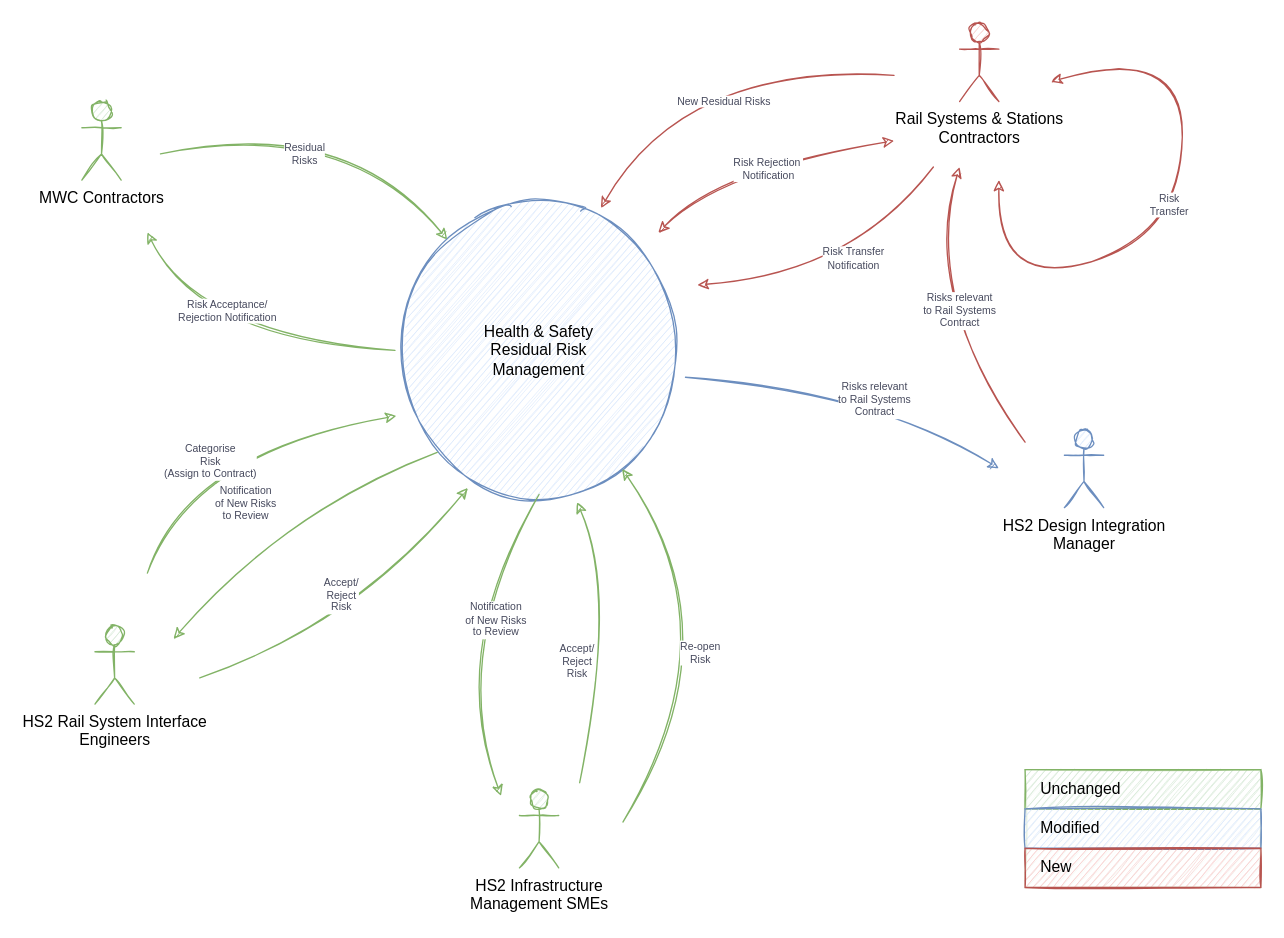
martinlt/reference keeps this draw.io diagram as page "Context Diagram - phase #2" (2 of 10) of P639 Diagrams.drawio. Above is the earlier version. Source tidied: cells renumbered, new cells numbered last; positions are measured from the earlier drawing's top-left corner, leaving out a move shared by most shapes. Both pictures are drawn from the tidied source at 131%, with x=0, y=0 at pixel (81, 22).
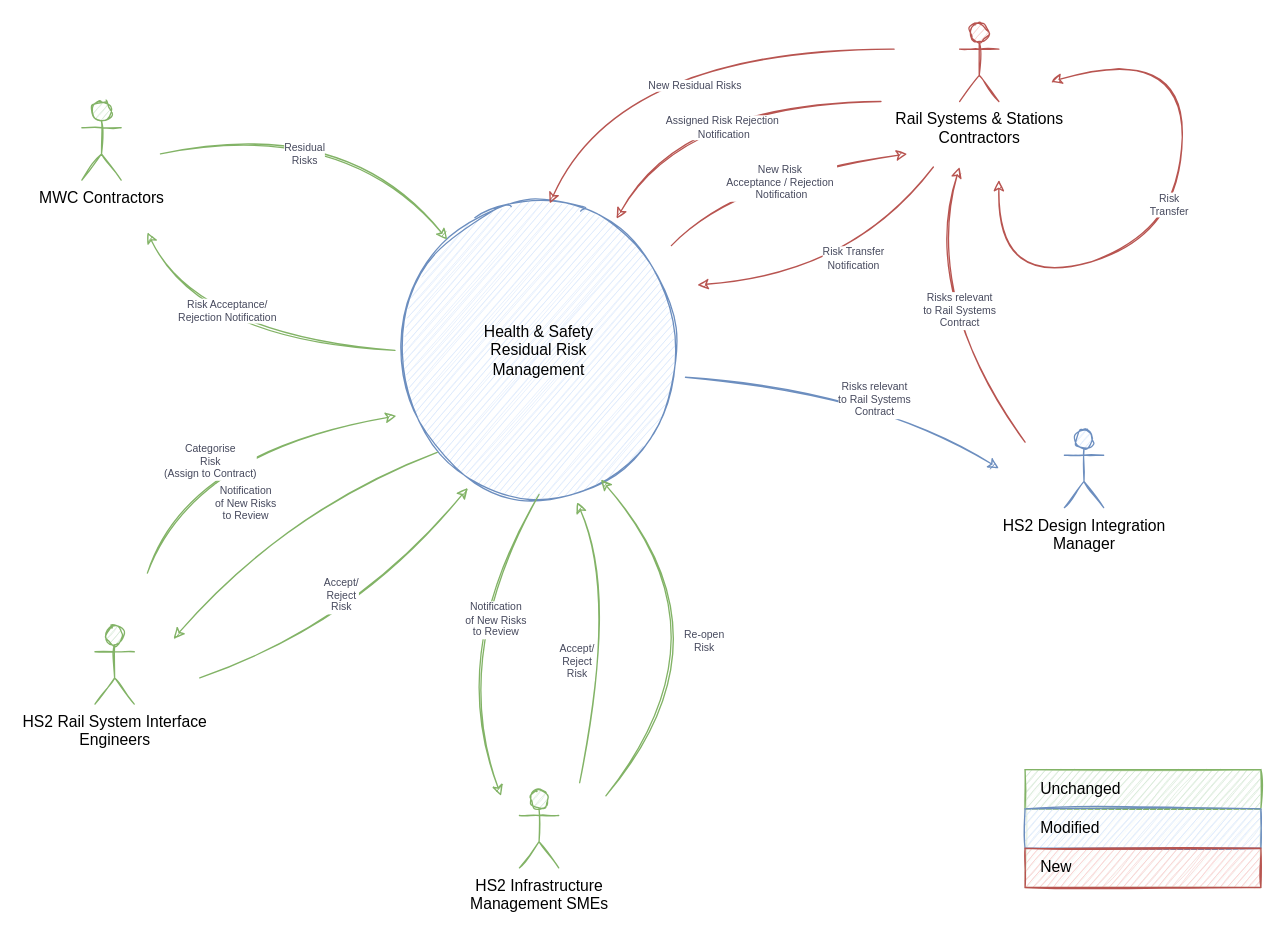
The same diagram, later.

Unchanged cells that the change refers to:
```xml
<mxCell id="2" value="Health &amp;amp; Safety&lt;br&gt;Residual Risk &lt;br&gt;Management&lt;br&gt;" style="ellipse;whiteSpace=wrap;html=1;sketch=1;fillColor=#dae8fc;strokeColor=#6c8ebf;" parent="1" vertex="1">
  <mxGeometry x="239" y="140" width="220" height="220" as="geometry" />
</mxCell>
```

What changed in the source:
```diff
@@
-    <mxCell id="11" value="Re-open&lt;br style=&quot;font-size: 8px;&quot;&gt;Risk" style="curved=1;endArrow=classic;html=1;rounded=0;entryX=0.789;entryY=0.911;entryDx=0;entryDy=0;startArrow=none;startFill=0;endFill=1;entryPerimeter=0;sketch=1;strokeColor=#82b366;fontColor=#46495D;fontSize=8;fillColor=#d5e8d4;" parent="1" edge="1" target="2">
+    <mxCell id="11" value="Re-open&lt;br style=&quot;font-size: 8px;&quot;&gt;Risk" style="curved=1;endArrow=classic;html=1;rounded=0;entryX=0.715;entryY=0.948;entryDx=0;entryDy=0;startArrow=none;startFill=0;endFill=1;entryPerimeter=0;sketch=1;strokeColor=#82b366;fontColor=#46495D;fontSize=8;fillColor=#d5e8d4;targetPerimeterSpacing=0;sourcePerimeterSpacing=0;endSize=6;" parent="1" edge="1" target="2">
       <mxGeometry x="-0.12" y="18" relative="1" as="geometry">
-        <mxPoint x="413" y="610" as="sourcePoint" />
+        <mxPoint x="400" y="590" as="sourcePoint" />
         <Array as="points">
           <mxPoint x="500" y="470" />
         </Array>
       </mxGeometry>
     </mxCell>
@@
-    <mxCell id="21" value="New Residual Risks" style="curved=1;endArrow=classic;html=1;rounded=0;sketch=1;strokeColor=#b85450;fontColor=#46495D;fontSize=8;entryX=0.715;entryY=0.006;entryDx=0;entryDy=0;entryPerimeter=0;fillColor=#f8cecc;" parent="1" edge="1" target="2">
+    <mxCell id="21" value="New Residual Risks" style="curved=1;endArrow=classic;html=1;rounded=0;sketch=1;strokeColor=#b85450;fontColor=#46495D;fontSize=8;entryX=0.537;entryY=-0.01;entryDx=0;entryDy=0;entryPerimeter=0;fillColor=#f8cecc;" parent="1" edge="1" target="2">
       <mxGeometry x="-0.11" y="28" relative="1" as="geometry">
-        <mxPoint x="620" y="40" as="sourcePoint" />
+        <mxPoint x="620" y="20" as="sourcePoint" />
         <Array as="points">
-          <mxPoint x="460" y="30" />
+          <mxPoint x="410" y="20" />
         </Array>
         <mxPoint x="-1" as="offset" />
       </mxGeometry>
     </mxCell>
-    <mxCell id="22" value="Risk Rejection&amp;nbsp;&lt;div&gt;Notification&lt;/div&gt;" style="curved=1;endArrow=classic;html=1;rounded=0;sketch=1;strokeColor=#b85450;fontColor=#46495D;fontSize=8;startArrow=classic;startFill=1;fillColor=#f8cecc;" parent="1" edge="1">
-      <mxGeometry x="-0.03" y="7" relative="1" as="geometry">
-        <mxPoint x="620" y="90" as="sourcePoint" />
-        <mxPoint x="440" y="160" as="targetPoint" />
+    <mxCell id="22" value="Assigned Risk Rejection&amp;nbsp;&lt;div&gt;Notification&lt;/div&gt;" style="curved=1;endArrow=classic;html=1;rounded=0;sketch=1;strokeColor=#b85450;fontColor=#46495D;fontSize=8;startArrow=none;startFill=0;fillColor=#f8cecc;entryX=0.769;entryY=0.043;entryDx=0;entryDy=0;entryPerimeter=0;" parent="1" edge="1" target="2">
+      <mxGeometry x="-0.05" y="20" relative="1" as="geometry">
+        <mxPoint x="610" y="60" as="sourcePoint" />
         <Array as="points">
-          <mxPoint x="490" y="110" />
+          <mxPoint x="460" y="60" />
         </Array>
       </mxGeometry>
     </mxCell>
@@
+    <mxCell id="26" value="New Risk&amp;nbsp;&lt;div&gt;Acceptance / Rejection&amp;nbsp;&lt;div&gt;Notification&lt;/div&gt;&lt;/div&gt;" style="curved=1;endArrow=none;html=1;rounded=0;sketch=1;strokeColor=#b85450;fontColor=#46495D;fontSize=8;startArrow=classic;startFill=1;fillColor=#f8cecc;endFill=0;" parent="1" edge="1">
+      <mxGeometry x="-0.03" y="7" relative="1" as="geometry">
+        <mxPoint x="630" y="100" as="sourcePoint" />
+        <mxPoint x="450" y="170" as="targetPoint" />
+        <Array as="points">
+          <mxPoint x="500" y="120" />
+        </Array>
+      </mxGeometry>
+    </mxCell>
```
